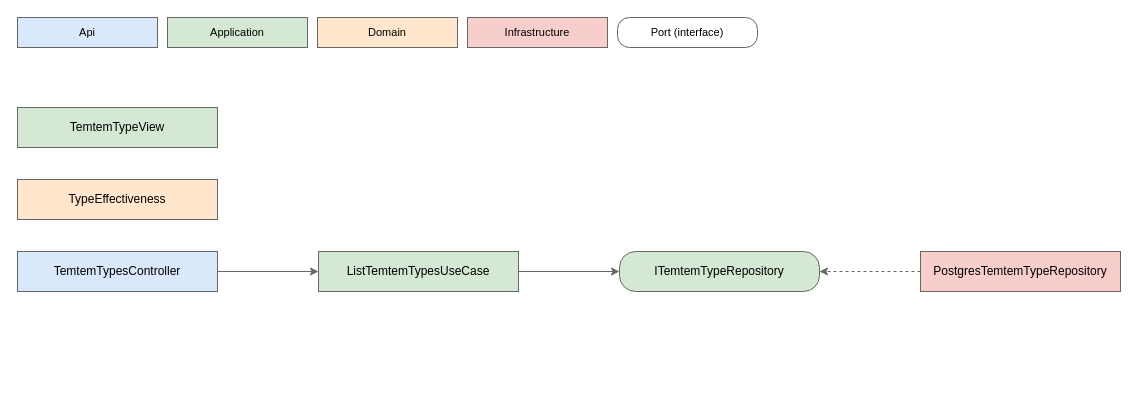
This is api/docs/diagrams/Temtem/Types/types.drawio from huiitre/Tools-app, a draw.io file, before an edit. Source tidied: cells renumbered, new cells numbered last; positions are measured from the earlier drawing's top-left corner, leaving out a move shared by most shapes. Both pictures are drawn from the tidied source at 100%, with x=0, y=0 at pixel (17, 17).
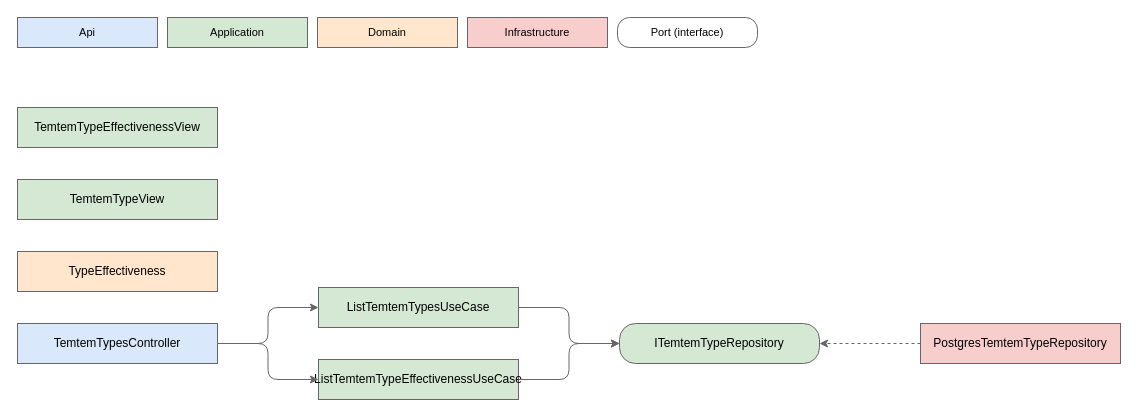
The same diagram, later.

The edit, as a diff of the source:
```diff
@@
 <mxGraphModel>
   <root>
     <mxCell id="0" />
     <mxCell id="1" parent="0" />
     <mxCell id="2" value="Api" style="rounded=0;whiteSpace=wrap;html=1;fillColor=#dae8fc;strokeColor=#666666;fontSize=11;" parent="1" vertex="1">
       <mxGeometry width="140" height="30" as="geometry" />
     </mxCell>
     <mxCell id="3" value="Application" style="rounded=0;whiteSpace=wrap;html=1;fillColor=#d5e8d4;strokeColor=#666666;fontSize=11;" parent="1" vertex="1">
       <mxGeometry x="150" width="140" height="30" as="geometry" />
     </mxCell>
     <mxCell id="4" value="Domain" style="rounded=0;whiteSpace=wrap;html=1;fillColor=#ffe6cc;strokeColor=#666666;fontSize=11;" parent="1" vertex="1">
       <mxGeometry x="300" width="140" height="30" as="geometry" />
     </mxCell>
     <mxCell id="5" value="Infrastructure" style="rounded=0;whiteSpace=wrap;html=1;fillColor=#f8cecc;strokeColor=#666666;fontSize=11;" parent="1" vertex="1">
       <mxGeometry x="450" width="140" height="30" as="geometry" />
     </mxCell>
     <mxCell id="6" value="Port (interface)" style="rounded=1;arcSize=40;whiteSpace=wrap;html=1;fillColor=#ffffff;strokeColor=#666666;fontSize=11;dashed=0;" parent="1" vertex="1">
       <mxGeometry x="600" width="140" height="30" as="geometry" />
     </mxCell>
     <mxCell id="7" value="ITemtemTypeRepository" style="rounded=1;arcSize=40;whiteSpace=wrap;html=1;fillColor=#d5e8d4;strokeColor=#666666;" parent="1" vertex="1">
-      <mxGeometry x="602" y="234" width="200" height="40" as="geometry" />
+      <mxGeometry x="602" y="306" width="200" height="40" as="geometry" />
     </mxCell>
+    <mxCell id="16" value="ListTemtemTypeEffectivenessUseCase" style="rounded=0;whiteSpace=wrap;html=1;fillColor=#d5e8d4;strokeColor=#666666;" parent="1" vertex="1">
+      <mxGeometry x="301" y="342" width="200" height="40" as="geometry" />
+    </mxCell>
     <mxCell id="8" value="ListTemtemTypesUseCase" style="rounded=0;whiteSpace=wrap;html=1;fillColor=#d5e8d4;strokeColor=#666666;" parent="1" vertex="1">
-      <mxGeometry x="301" y="234" width="200" height="40" as="geometry" />
+      <mxGeometry x="301" y="270" width="200" height="40" as="geometry" />
     </mxCell>
     <mxCell id="9" value="PostgresTemtemTypeRepository" style="rounded=0;whiteSpace=wrap;html=1;fillColor=#f8cecc;strokeColor=#666666;" parent="1" vertex="1">
-      <mxGeometry x="903" y="234" width="200" height="40" as="geometry" />
+      <mxGeometry x="903" y="306" width="200" height="40" as="geometry" />
     </mxCell>
+    <mxCell id="17" value="TemtemTypeEffectivenessView" style="rounded=0;whiteSpace=wrap;html=1;fillColor=#d5e8d4;strokeColor=#666666;" parent="1" vertex="1">
+      <mxGeometry y="90" width="200" height="40" as="geometry" />
+    </mxCell>
     <mxCell id="10" value="TemtemTypeView" style="rounded=0;whiteSpace=wrap;html=1;fillColor=#d5e8d4;strokeColor=#666666;" parent="1" vertex="1">
-      <mxGeometry y="90" width="200" height="40" as="geometry" />
+      <mxGeometry y="162" width="200" height="40" as="geometry" />
     </mxCell>
     <mxCell id="11" value="TemtemTypesController" style="rounded=0;whiteSpace=wrap;html=1;fillColor=#dae8fc;strokeColor=#666666;" parent="1" vertex="1">
-      <mxGeometry y="234" width="200" height="40" as="geometry" />
+      <mxGeometry y="306" width="200" height="40" as="geometry" />
     </mxCell>
     <mxCell id="12" value="TypeEffectiveness" style="rounded=0;whiteSpace=wrap;html=1;fillColor=#ffe6cc;strokeColor=#666666;" parent="1" vertex="1">
-      <mxGeometry y="162" width="200" height="40" as="geometry" />
+      <mxGeometry y="234" width="200" height="40" as="geometry" />
     </mxCell>
-    <mxCell id="13" style="edgeStyle=orthogonalEdgeStyle;rounded=1;html=1;jettySize=auto;exitX=1;exitY=0.5;entryX=0;entryY=0.5;exitDx=0;exitDy=0;entryDx=0;entryDy=0;strokeColor=#666666;" parent="1" edge="1" source="8" target="7">
+    <mxCell id="13" style="edgeStyle=orthogonalEdgeStyle;rounded=1;html=1;jettySize=auto;exitX=1;exitY=0.5;entryX=0;entryY=0.5;exitDx=0;exitDy=0;entryDx=0;entryDy=0;strokeColor=#666666;" parent="1" edge="1" source="16" target="7">
       <mxGeometry relative="1" as="geometry" />
     </mxCell>
-    <mxCell id="14" style="edgeStyle=orthogonalEdgeStyle;rounded=1;html=1;jettySize=auto;exitX=0;exitY=0.5;entryX=1;entryY=0.5;exitDx=0;exitDy=0;entryDx=0;entryDy=0;strokeColor=#666666;dashed=1;" parent="1" edge="1" source="9" target="7">
+    <mxCell id="14" style="edgeStyle=orthogonalEdgeStyle;rounded=1;html=1;jettySize=auto;exitX=1;exitY=0.5;entryX=0;entryY=0.5;exitDx=0;exitDy=0;entryDx=0;entryDy=0;strokeColor=#666666;" parent="1" edge="1" source="8" target="7">
       <mxGeometry relative="1" as="geometry" />
     </mxCell>
-    <mxCell id="15" style="edgeStyle=orthogonalEdgeStyle;rounded=1;html=1;jettySize=auto;exitX=1;exitY=0.5;entryX=0;entryY=0.5;exitDx=0;exitDy=0;entryDx=0;entryDy=0;strokeColor=#666666;" parent="1" edge="1" source="11" target="8">
+    <mxCell id="15" style="edgeStyle=orthogonalEdgeStyle;rounded=1;html=1;jettySize=auto;exitX=0;exitY=0.5;entryX=1;entryY=0.5;exitDx=0;exitDy=0;entryDx=0;entryDy=0;strokeColor=#666666;dashed=1;" parent="1" edge="1" source="9" target="7">
       <mxGeometry relative="1" as="geometry" />
     </mxCell>
+    <mxCell id="18" style="edgeStyle=orthogonalEdgeStyle;rounded=1;html=1;jettySize=auto;exitX=1;exitY=0.5;entryX=0;entryY=0.5;exitDx=0;exitDy=0;entryDx=0;entryDy=0;strokeColor=#666666;" parent="1" edge="1" source="11" target="16">
+      <mxGeometry relative="1" as="geometry" />
+    </mxCell>
+    <mxCell id="19" style="edgeStyle=orthogonalEdgeStyle;rounded=1;html=1;jettySize=auto;exitX=1;exitY=0.5;entryX=0;entryY=0.5;exitDx=0;exitDy=0;entryDx=0;entryDy=0;strokeColor=#666666;" parent="1" edge="1" source="11" target="8">
+      <mxGeometry relative="1" as="geometry" />
+    </mxCell>
   </root>
 </mxGraphModel>
```
